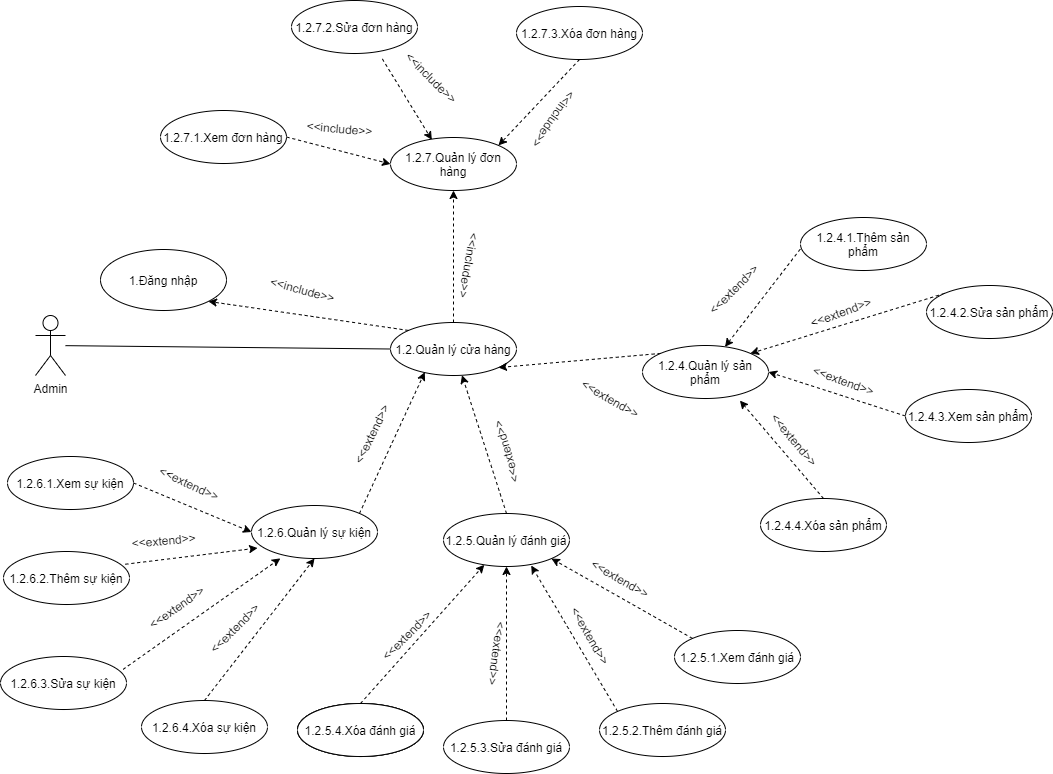
daomtthuan/ctu-pc keeps this draw.io diagram as docs/work/UC2_2.png. Above is the earlier version. Source tidied: cells renumbered, new cells last; positions are measured from the earlier drawing's top-left corner, leaving out a move shared by most shapes.
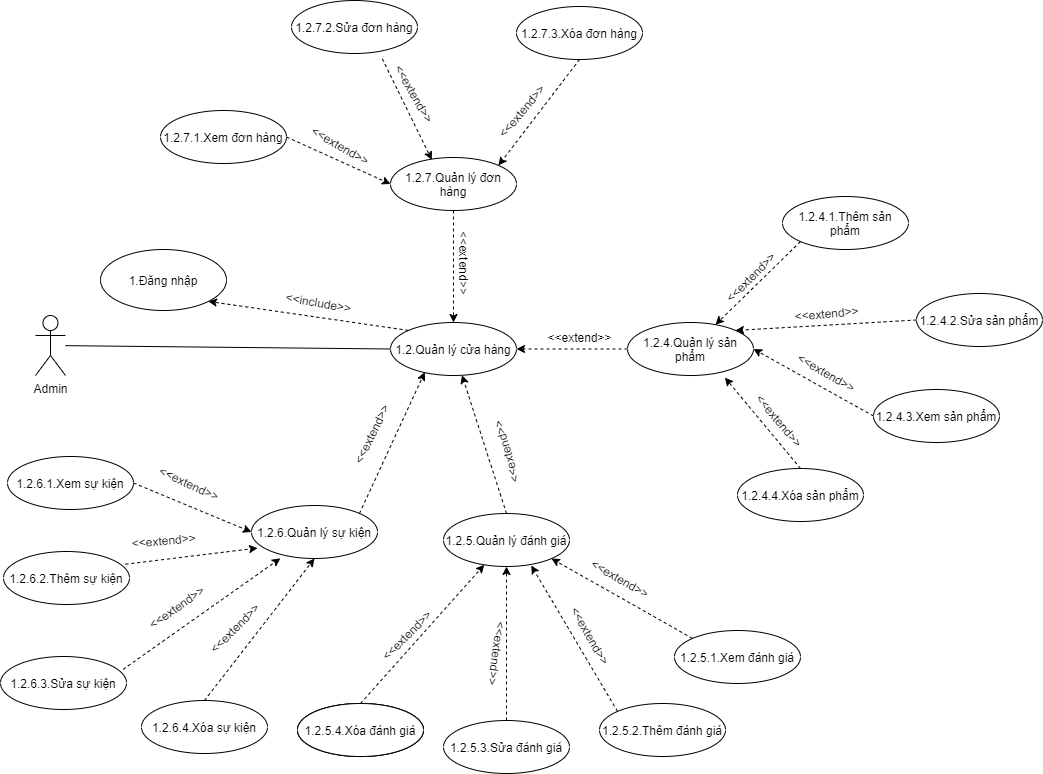
After the commit.

Commit message:
[11-12-2020] fix bug Use Case Diagram 2_2

Change to the diagram source:
```diff
@@ -8,47 +8,44 @@
     <mxCell id="3" value="Admin" style="shape=umlActor;verticalLabelPosition=bottom;verticalAlign=top;html=1;outlineConnect=0;" parent="1" vertex="1">
       <mxGeometry x="35" y="315" width="30" height="60" as="geometry" />
     </mxCell>
-    <mxCell id="4" style="rounded=0;jettySize=auto;html=1;exitX=0.5;exitY=0;exitDx=0;exitDy=0;entryX=0.5;entryY=1;entryDx=0;entryDy=0;dashed=1;" parent="1" edge="1" source="5" target="59">
-      <mxGeometry relative="1" as="geometry" />
-    </mxCell>
     <mxCell id="5" value="1.2.Quản lý cửa hàng" style="ellipse;whiteSpace=wrap;html=1;" parent="1" vertex="1">
       <mxGeometry x="390" y="322" width="126" height="53" as="geometry" />
     </mxCell>
-    <mxCell id="6" style="edgeStyle=none;rounded=0;jettySize=auto;html=1;exitX=0;exitY=0;exitDx=0;exitDy=0;entryX=1;entryY=1;entryDx=0;entryDy=0;dashed=1;endArrow=classic;endFill=1;" parent="1" edge="1" source="7" target="5">
+    <mxCell id="6" style="edgeStyle=none;rounded=0;jettySize=auto;html=1;exitX=0;exitY=0.5;exitDx=0;exitDy=0;entryX=1;entryY=0.5;entryDx=0;entryDy=0;dashed=1;endArrow=classic;endFill=1;" parent="1" edge="1" source="7" target="5">
       <mxGeometry relative="1" as="geometry" />
     </mxCell>
     <mxCell id="7" value="1.2.4.Quản lý sản phẩm" style="ellipse;whiteSpace=wrap;html=1;" parent="1" vertex="1">
-      <mxGeometry x="642" y="345" width="126" height="53" as="geometry" />
+      <mxGeometry x="627" y="322" width="126" height="53" as="geometry" />
     </mxCell>
     <mxCell id="8" style="edgeStyle=none;rounded=0;jettySize=auto;html=1;exitX=0;exitY=0.5;exitDx=0;exitDy=0;entryX=1;entryY=0.5;entryDx=0;entryDy=0;dashed=1;" parent="1" edge="1" source="9" target="7">
       <mxGeometry relative="1" as="geometry" />
     </mxCell>
     <mxCell id="9" value="1.2.4.3.Xem sản phẩm" style="ellipse;whiteSpace=wrap;html=1;" parent="1" vertex="1">
-      <mxGeometry x="905" y="389" width="126" height="53" as="geometry" />
+      <mxGeometry x="873" y="389" width="126" height="53" as="geometry" />
     </mxCell>
-    <mxCell id="10" style="edgeStyle=none;rounded=0;jettySize=auto;html=1;exitX=0;exitY=0;exitDx=0;exitDy=0;dashed=1;endArrow=classic;endFill=1;" parent="1" edge="1" source="11" target="7">
+    <mxCell id="10" style="edgeStyle=none;rounded=0;jettySize=auto;html=1;exitX=0;exitY=1;exitDx=0;exitDy=0;dashed=1;endArrow=classic;endFill=1;" parent="1" edge="1" source="11" target="7">
       <mxGeometry relative="1" as="geometry" />
     </mxCell>
     <mxCell id="11" value="1.2.4.1.Thêm sản phẩm" style="ellipse;whiteSpace=wrap;html=1;" parent="1" vertex="1">
-      <mxGeometry x="800" y="217" width="126" height="53" as="geometry" />
+      <mxGeometry x="782" y="196" width="126" height="53" as="geometry" />
     </mxCell>
-    <mxCell id="12" style="edgeStyle=none;rounded=0;jettySize=auto;html=1;exitX=0;exitY=0;exitDx=0;exitDy=0;entryX=1;entryY=0;entryDx=0;entryDy=0;dashed=1;endArrow=classic;endFill=1;" parent="1" edge="1" source="13" target="7">
+    <mxCell id="12" style="edgeStyle=none;rounded=0;jettySize=auto;html=1;exitX=0;exitY=0.5;exitDx=0;exitDy=0;entryX=1;entryY=0;entryDx=0;entryDy=0;dashed=1;endArrow=classic;endFill=1;" parent="1" edge="1" source="13" target="7">
       <mxGeometry relative="1" as="geometry" />
     </mxCell>
     <mxCell id="13" value="1.2.4.2.Sửa sản phẩm" style="ellipse;whiteSpace=wrap;html=1;" parent="1" vertex="1">
-      <mxGeometry x="926" y="285" width="126" height="53" as="geometry" />
+      <mxGeometry x="916" y="293" width="126" height="53" as="geometry" />
     </mxCell>
-    <mxCell id="14" value="&amp;lt;&amp;lt;extend&amp;gt;&amp;gt;" style="text;html=1;align=center;verticalAlign=middle;rotation=30;" parent="1" vertex="1">
-      <mxGeometry x="573" y="389" width="74" height="18" as="geometry" />
+    <mxCell id="14" value="&amp;lt;&amp;lt;extend&amp;gt;&amp;gt;" style="text;html=1;align=center;verticalAlign=middle;rotation=0;" parent="1" vertex="1">
+      <mxGeometry x="542" y="328" width="74" height="18" as="geometry" />
     </mxCell>
     <mxCell id="15" value="&amp;lt;&amp;lt;extend&amp;gt;&amp;gt;" style="text;html=1;align=center;verticalAlign=middle;rotation=-45;" parent="1" vertex="1">
-      <mxGeometry x="696" y="280" width="74" height="18" as="geometry" />
+      <mxGeometry x="713" y="268" width="74" height="18" as="geometry" />
     </mxCell>
     <mxCell id="16" value="&amp;lt;&amp;lt;extend&amp;gt;&amp;gt;" style="text;html=1;align=center;verticalAlign=middle;rotation=98;" parent="1" vertex="1">
       <mxGeometry x="460" y="644" width="74" height="18" as="geometry" />
     </mxCell>
     <mxCell id="17" value="&amp;lt;&amp;lt;extend&amp;gt;&amp;gt;" style="text;html=1;align=center;verticalAlign=middle;rotation=50;" parent="1" vertex="1">
-      <mxGeometry x="757" y="430" width="74" height="18" as="geometry" />
+      <mxGeometry x="742" y="411" width="74" height="18" as="geometry" />
     </mxCell>
     <mxCell id="18" value="&amp;lt;&amp;lt;extend&amp;gt;&amp;gt;" style="text;html=1;align=center;verticalAlign=middle;rotation=-45;" parent="1" vertex="1">
       <mxGeometry x="369" y="626" width="74" height="18" as="geometry" />
@@ -57,7 +54,7 @@
       <mxGeometry relative="1" as="geometry" />
     </mxCell>
     <mxCell id="20" value="1.2.4.4.Xóa sản phẩm" style="ellipse;whiteSpace=wrap;html=1;" parent="1" vertex="1">
-      <mxGeometry x="760" y="498" width="126" height="53" as="geometry" />
+      <mxGeometry x="737" y="468" width="126" height="53" as="geometry" />
     </mxCell>
     <mxCell id="21" style="edgeStyle=none;rounded=0;jettySize=auto;html=1;exitX=0.5;exitY=0;exitDx=0;exitDy=0;dashed=1;" parent="1" edge="1" source="22" target="5">
       <mxGeometry relative="1" as="geometry" />
@@ -125,8 +122,8 @@
     <mxCell id="42" value="1.2.6.4.Xóa sự kiện" style="ellipse;whiteSpace=wrap;html=1;" parent="1" vertex="1">
       <mxGeometry x="141" y="700" width="126" height="53" as="geometry" />
     </mxCell>
-    <mxCell id="43" value="&amp;lt;&amp;lt;extend&amp;gt;&amp;gt;" style="text;html=1;align=center;verticalAlign=middle;rotation=-20;" parent="1" vertex="1">
-      <mxGeometry x="803" y="302.5" width="74" height="18" as="geometry" />
+    <mxCell id="43" value="&amp;lt;&amp;lt;extend&amp;gt;&amp;gt;" style="text;html=1;align=center;verticalAlign=middle;rotation=-5;" parent="1" vertex="1">
+      <mxGeometry x="789" y="304" width="74" height="18" as="geometry" />
     </mxCell>
     <mxCell id="44" value="&amp;lt;&amp;lt;extend&amp;gt;&amp;gt;" style="text;html=1;align=center;verticalAlign=middle;rotation=30;" parent="1" vertex="1">
       <mxGeometry x="583" y="568.5" width="74" height="18" as="geometry" />
@@ -158,8 +155,8 @@
     <mxCell id="53" value="1.Đăng nhập" style="ellipse;whiteSpace=wrap;html=1;" parent="1" vertex="1">
       <mxGeometry x="100" y="249" width="126" height="61" as="geometry" />
     </mxCell>
-    <mxCell id="54" value="&amp;lt;&amp;lt;include&amp;gt;&amp;gt;" style="text;html=1;align=center;verticalAlign=middle;rotation=15;" parent="1" vertex="1">
-      <mxGeometry x="264" y="280" width="76" height="18" as="geometry" />
+    <mxCell id="54" value="&amp;lt;&amp;lt;include&amp;gt;&amp;gt;" style="text;html=1;align=center;verticalAlign=middle;rotation=10;" parent="1" vertex="1">
+      <mxGeometry x="280" y="293" width="76" height="18" as="geometry" />
     </mxCell>
     <mxCell id="55" style="edgeStyle=none;rounded=0;jettySize=auto;html=1;exitX=0.721;exitY=1.102;exitDx=0;exitDy=0;entryX=0.328;entryY=0.044;entryDx=0;entryDy=0;dashed=1;endArrow=classic;endFill=1;exitPerimeter=0;entryPerimeter=0;" parent="1" edge="1" source="56" target="59">
       <mxGeometry relative="1" as="geometry" />
@@ -173,8 +170,11 @@
     <mxCell id="58" value="1.2.7.3.Xóa đơn hàng" style="ellipse;whiteSpace=wrap;html=1;" parent="1" vertex="1">
       <mxGeometry x="516" y="6" width="126" height="53" as="geometry" />
     </mxCell>
+    <mxCell id="67" style="edgeStyle=orthogonalEdgeStyle;rounded=0;jettySize=auto;html=1;exitX=0.5;exitY=1;exitDx=0;exitDy=0;entryX=0.5;entryY=0;entryDx=0;entryDy=0;dashed=1;" parent="1" edge="1" source="59" target="5">
+      <mxGeometry relative="1" as="geometry" />
+    </mxCell>
     <mxCell id="59" value="1.2.7.Quản lý đơn hàng" style="ellipse;whiteSpace=wrap;html=1;" parent="1" vertex="1">
-      <mxGeometry x="390" y="137" width="126" height="53" as="geometry" />
+      <mxGeometry x="390" y="157" width="126" height="53" as="geometry" />
     </mxCell>
     <mxCell id="60" style="edgeStyle=none;rounded=0;jettySize=auto;html=1;dashed=1;endArrow=classic;endFill=1;entryX=0;entryY=0.5;entryDx=0;entryDy=0;exitX=1;exitY=0.5;exitDx=0;exitDy=0;" parent="1" edge="1" source="57" target="59">
       <mxGeometry relative="1" as="geometry" />
@@ -182,20 +182,20 @@
     <mxCell id="61" style="edgeStyle=none;rounded=0;jettySize=auto;html=1;exitX=0.5;exitY=1;exitDx=0;exitDy=0;dashed=1;entryX=1;entryY=0;entryDx=0;entryDy=0;" parent="1" edge="1" source="58" target="59">
       <mxGeometry relative="1" as="geometry" />
     </mxCell>
-    <mxCell id="62" value="&amp;lt;&amp;lt;include&amp;gt;&amp;gt;" style="text;html=1;align=center;verticalAlign=middle;rotation=5;" parent="1" vertex="1">
-      <mxGeometry x="301" y="119" width="76" height="18" as="geometry" />
-    </mxCell>
-    <mxCell id="63" value="&amp;lt;&amp;lt;include&amp;gt;&amp;gt;" style="text;html=1;align=center;verticalAlign=middle;rotation=45;" parent="1" vertex="1">
-      <mxGeometry x="393" y="68" width="76" height="18" as="geometry" />
-    </mxCell>
-    <mxCell id="64" value="&amp;lt;&amp;lt;include&amp;gt;&amp;gt;" style="text;html=1;align=center;verticalAlign=middle;rotation=-235;" parent="1" vertex="1">
-      <mxGeometry x="516" y="110" width="76" height="18" as="geometry" />
-    </mxCell>
-    <mxCell id="65" value="&amp;lt;&amp;lt;include&amp;gt;&amp;gt;" style="text;html=1;align=center;verticalAlign=middle;rotation=100;" parent="1" vertex="1">
-      <mxGeometry x="431" y="256" width="76" height="18" as="geometry" />
-    </mxCell>
-    <mxCell id="66" value="&amp;lt;&amp;lt;extend&amp;gt;&amp;gt;" style="text;html=1;align=center;verticalAlign=middle;rotation=20;" parent="1" vertex="1">
-      <mxGeometry x="806" y="371" width="74" height="18" as="geometry" />
+    <mxCell id="66" value="&amp;lt;&amp;lt;extend&amp;gt;&amp;gt;" style="text;html=1;align=center;verticalAlign=middle;rotation=30;" parent="1" vertex="1">
+      <mxGeometry x="789" y="363" width="74" height="18" as="geometry" />
     </mxCell>
+    <mxCell id="68" value="&amp;lt;&amp;lt;extend&amp;gt;&amp;gt;" style="text;html=1;align=center;verticalAlign=middle;rotation=30;" parent="1" vertex="1">
+      <mxGeometry x="303" y="136" width="74" height="18" as="geometry" />
+    </mxCell>
+    <mxCell id="69" value="&amp;lt;&amp;lt;extend&amp;gt;&amp;gt;" style="text;html=1;align=center;verticalAlign=middle;rotation=60;" parent="1" vertex="1">
+      <mxGeometry x="377" y="84" width="74" height="18" as="geometry" />
+    </mxCell>
+    <mxCell id="70" value="&amp;lt;&amp;lt;extend&amp;gt;&amp;gt;" style="text;html=1;align=center;verticalAlign=middle;rotation=-50;" parent="1" vertex="1">
+      <mxGeometry x="484" y="102" width="74" height="18" as="geometry" />
+    </mxCell>
+    <mxCell id="71" value="&amp;lt;&amp;lt;extend&amp;gt;&amp;gt;" style="text;html=1;align=center;verticalAlign=middle;rotation=90;" parent="1" vertex="1">
+      <mxGeometry x="427" y="253" width="74" height="18" as="geometry" />
+    </mxCell>
   </root>
 </mxGraphModel>
```
